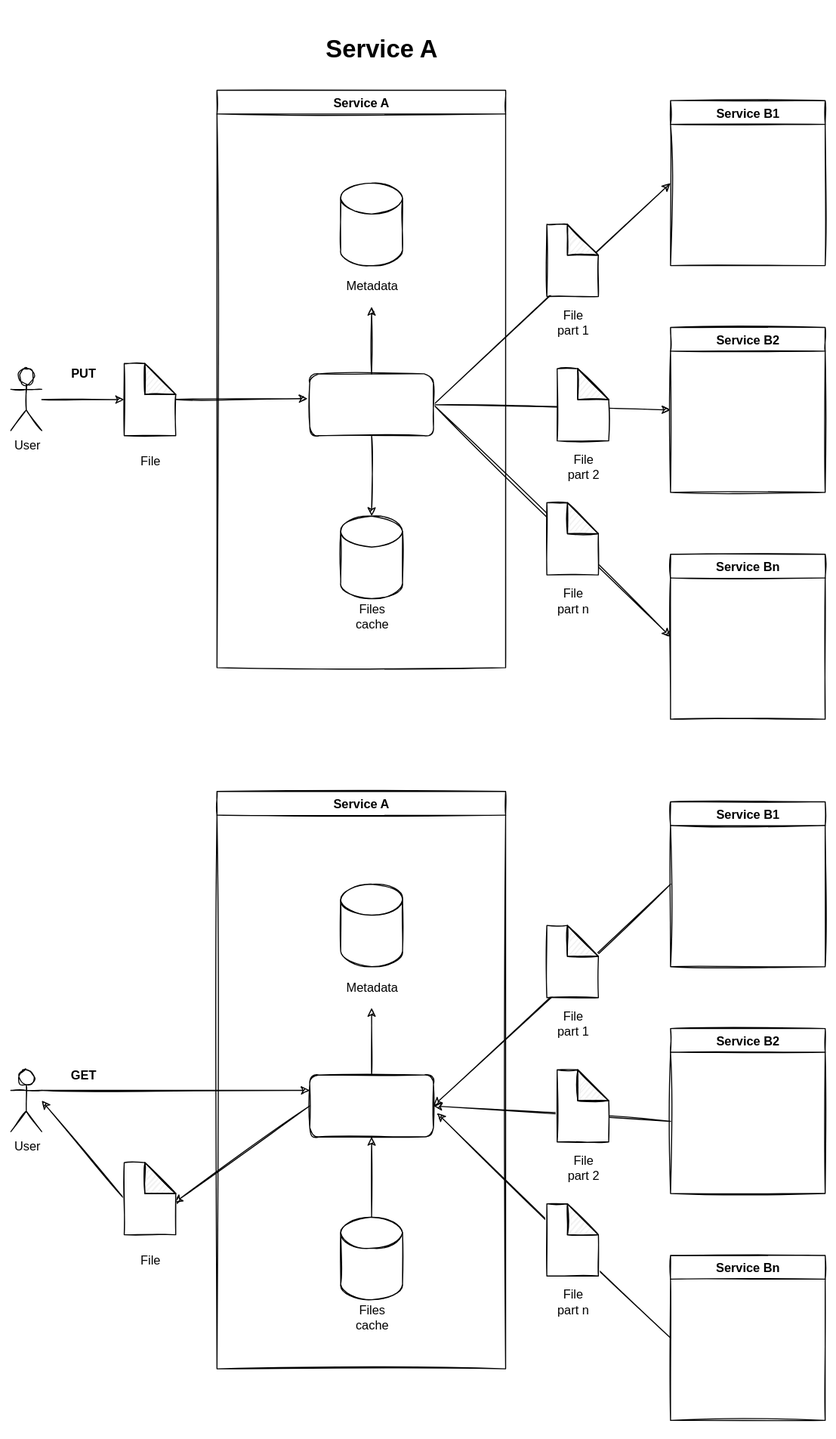
Before: doc/New_Amason_S3_service_A.svg, a diagram exported from draw.io (kyarginski/karma8_exercise). Source tidied: cells renumbered, new cells last; positions are measured from the earlier drawing's top-left corner, leaving out a move shared by most shapes. The source it was exported from:
```xml
<mxGraphModel>
  <root>
    <mxCell id="0" />
    <mxCell id="1" parent="0" />
    <mxCell id="2" style="edgeStyle=none;html=1;" parent="1" edge="1" source="3" target="20">
      <mxGeometry relative="1" as="geometry" />
    </mxCell>
    <mxCell id="3" value="User" style="shape=umlActor;verticalLabelPosition=bottom;verticalAlign=top;html=1;outlineConnect=0;" parent="1" vertex="1">
      <mxGeometry y="330" width="30" height="60" as="geometry" />
    </mxCell>
    <mxCell id="4" style="edgeStyle=none;html=1;entryX=0;entryY=0.5;entryDx=0;entryDy=0;exitX=1;exitY=0.5;exitDx=0;exitDy=0;" parent="1" edge="1" source="9" target="16">
      <mxGeometry relative="1" as="geometry" />
    </mxCell>
    <mxCell id="5" style="edgeStyle=none;html=1;entryX=0;entryY=0.5;entryDx=0;entryDy=0;exitX=1;exitY=0.5;exitDx=0;exitDy=0;" parent="1" edge="1" source="9" target="17">
      <mxGeometry relative="1" as="geometry" />
    </mxCell>
    <mxCell id="6" style="edgeStyle=none;html=1;exitX=1;exitY=0.5;exitDx=0;exitDy=0;" parent="1" edge="1" source="9">
      <mxGeometry relative="1" as="geometry">
        <mxPoint x="640" y="590" as="targetPoint" />
      </mxGeometry>
    </mxCell>
    <mxCell id="7" value="Service A" style="swimlane;" parent="1" vertex="1">
      <mxGeometry x="200" y="60" width="280" height="560" as="geometry" />
    </mxCell>
    <mxCell id="8" style="edgeStyle=none;html=1;" parent="7" edge="1" source="9" target="13">
      <mxGeometry relative="1" as="geometry" />
    </mxCell>
    <mxCell id="9" style="rounded=1;whiteSpace=wrap;html=1;" parent="7" vertex="1">
      <mxGeometry x="90" y="275" width="120" height="60" as="geometry" />
    </mxCell>
    <mxCell id="10" style="group;" parent="7" vertex="1">
      <mxGeometry x="120" y="90" width="60" height="110" as="geometry" />
    </mxCell>
    <mxCell id="11" style="shape=cylinder3;whiteSpace=wrap;html=1;boundedLbl=1;backgroundOutline=1;size=15;" parent="10" vertex="1">
      <mxGeometry width="60" height="80" as="geometry" />
    </mxCell>
    <mxCell id="12" value="Metadata" style="text;html=1;strokeColor=none;fillColor=none;align=center;verticalAlign=middle;whiteSpace=wrap;rounded=0;" parent="10" vertex="1">
      <mxGeometry x="10" y="90" width="40" height="20" as="geometry" />
    </mxCell>
    <mxCell id="13" style="shape=cylinder3;whiteSpace=wrap;html=1;boundedLbl=1;backgroundOutline=1;size=15;" parent="7" vertex="1">
      <mxGeometry x="120" y="413" width="60" height="80" as="geometry" />
    </mxCell>
    <mxCell id="14" value="Files cache" style="text;html=1;strokeColor=none;fillColor=none;align=center;verticalAlign=middle;whiteSpace=wrap;rounded=0;" parent="7" vertex="1">
      <mxGeometry x="130" y="500" width="40" height="20" as="geometry" />
    </mxCell>
    <mxCell id="15" style="edgeStyle=none;html=1;entryX=-0.017;entryY=0.4;entryDx=0;entryDy=0;entryPerimeter=0;" parent="1" edge="1" source="20" target="9">
      <mxGeometry relative="1" as="geometry" />
    </mxCell>
    <mxCell id="16" value="Service B1" style="swimlane;" parent="1" vertex="1">
      <mxGeometry x="640" y="70" width="150" height="160" as="geometry" />
    </mxCell>
    <mxCell id="17" value="Service B2" style="swimlane;" parent="1" vertex="1">
      <mxGeometry x="640" y="290" width="150" height="160" as="geometry" />
    </mxCell>
    <mxCell id="18" value="Service Bn" style="swimlane;" parent="1" vertex="1">
      <mxGeometry x="640" y="510" width="150" height="160" as="geometry" />
    </mxCell>
    <mxCell id="19" style="group;" parent="1" vertex="1">
      <mxGeometry x="110" y="325" width="50" height="105" as="geometry" />
    </mxCell>
    <mxCell id="20" style="shape=note;whiteSpace=wrap;html=1;backgroundOutline=1;darkOpacity=0.05;" parent="19" vertex="1">
      <mxGeometry width="50" height="70" as="geometry" />
    </mxCell>
    <mxCell id="21" value="File" style="text;html=1;strokeColor=none;fillColor=none;align=center;verticalAlign=middle;whiteSpace=wrap;rounded=0;" parent="19" vertex="1">
      <mxGeometry x="5" y="85" width="40" height="20" as="geometry" />
    </mxCell>
    <mxCell id="22" style="group;" parent="1" vertex="1">
      <mxGeometry x="520" y="190" width="50" height="105" as="geometry" />
    </mxCell>
    <mxCell id="23" style="shape=note;whiteSpace=wrap;html=1;backgroundOutline=1;darkOpacity=0.05;" parent="22" vertex="1">
      <mxGeometry width="50" height="70" as="geometry" />
    </mxCell>
    <mxCell id="24" value="File part 1" style="text;html=1;strokeColor=none;fillColor=none;align=center;verticalAlign=middle;whiteSpace=wrap;rounded=0;" parent="22" vertex="1">
      <mxGeometry x="5" y="85" width="40" height="20" as="geometry" />
    </mxCell>
    <mxCell id="25" style="group;" parent="1" vertex="1">
      <mxGeometry x="530" y="330" width="50" height="105" as="geometry" />
    </mxCell>
    <mxCell id="26" style="shape=note;whiteSpace=wrap;html=1;backgroundOutline=1;darkOpacity=0.05;" parent="25" vertex="1">
      <mxGeometry width="50" height="70" as="geometry" />
    </mxCell>
    <mxCell id="27" value="File part 2" style="text;html=1;strokeColor=none;fillColor=none;align=center;verticalAlign=middle;whiteSpace=wrap;rounded=0;" parent="25" vertex="1">
      <mxGeometry x="5" y="85" width="40" height="20" as="geometry" />
    </mxCell>
    <mxCell id="28" style="group;" parent="1" vertex="1">
      <mxGeometry x="520" y="460" width="50" height="105" as="geometry" />
    </mxCell>
    <mxCell id="29" style="shape=note;whiteSpace=wrap;html=1;backgroundOutline=1;darkOpacity=0.05;" parent="28" vertex="1">
      <mxGeometry width="50" height="70" as="geometry" />
    </mxCell>
    <mxCell id="30" value="File part n" style="text;html=1;strokeColor=none;fillColor=none;align=center;verticalAlign=middle;whiteSpace=wrap;rounded=0;" parent="28" vertex="1">
      <mxGeometry x="5" y="85" width="40" height="20" as="geometry" />
    </mxCell>
    <mxCell id="31" value="&lt;h1&gt;Service A&lt;/h1&gt;" style="text;html=1;strokeColor=none;fillColor=none;spacing=5;spacingTop=-20;whiteSpace=wrap;overflow=hidden;rounded=0;" parent="1" vertex="1">
      <mxGeometry x="300" width="120" height="40" as="geometry" />
    </mxCell>
    <mxCell id="32" style="edgeStyle=none;html=1;" parent="1" edge="1" source="9">
      <mxGeometry relative="1" as="geometry">
        <mxPoint x="350" y="270" as="targetPoint" />
      </mxGeometry>
    </mxCell>
    <mxCell id="33" value="PUT" style="text;html=1;strokeColor=none;fillColor=none;align=center;verticalAlign=middle;whiteSpace=wrap;rounded=0;fontStyle=1;" parent="1" vertex="1">
      <mxGeometry x="50" y="325" width="40" height="20" as="geometry" />
    </mxCell>
    <mxCell id="34" style="edgeStyle=none;html=1;exitX=0;exitY=0.5;exitDx=0;exitDy=0;exitPerimeter=0;" parent="1" edge="1" source="52">
      <mxGeometry relative="1" as="geometry">
        <mxPoint x="30" y="1040" as="targetPoint" />
      </mxGeometry>
    </mxCell>
    <mxCell id="35" value="User" style="shape=umlActor;verticalLabelPosition=bottom;verticalAlign=top;html=1;" parent="1" vertex="1">
      <mxGeometry y="1010" width="30" height="60" as="geometry" />
    </mxCell>
    <mxCell id="36" style="edgeStyle=none;html=1;exitX=0;exitY=0.5;exitDx=0;exitDy=0;entryX=1;entryY=0.5;entryDx=0;entryDy=0;" parent="1" edge="1" source="48" target="41">
      <mxGeometry relative="1" as="geometry" />
    </mxCell>
    <mxCell id="37" style="edgeStyle=none;html=1;entryX=1;entryY=0.5;entryDx=0;entryDy=0;" parent="1" edge="1" target="41">
      <mxGeometry relative="1" as="geometry">
        <mxPoint x="640" y="1060" as="sourcePoint" />
      </mxGeometry>
    </mxCell>
    <mxCell id="38" style="edgeStyle=none;html=1;exitX=0;exitY=0.5;exitDx=0;exitDy=0;entryX=1.029;entryY=0.617;entryDx=0;entryDy=0;entryPerimeter=0;" parent="1" edge="1" source="50" target="41">
      <mxGeometry relative="1" as="geometry" />
    </mxCell>
    <mxCell id="39" value="Service A" style="swimlane;" parent="1" vertex="1">
      <mxGeometry x="200" y="740" width="280" height="560" as="geometry" />
    </mxCell>
    <mxCell id="40" style="edgeStyle=none;html=1;exitX=0.5;exitY=0;exitDx=0;exitDy=0;exitPerimeter=0;entryX=0.5;entryY=1;entryDx=0;entryDy=0;" parent="39" edge="1" source="45" target="41">
      <mxGeometry relative="1" as="geometry" />
    </mxCell>
    <mxCell id="41" style="rounded=1;whiteSpace=wrap;html=1;" parent="39" vertex="1">
      <mxGeometry x="90" y="275" width="120" height="60" as="geometry" />
    </mxCell>
    <mxCell id="42" style="group;" parent="39" vertex="1">
      <mxGeometry x="120" y="90" width="60" height="110" as="geometry" />
    </mxCell>
    <mxCell id="43" style="shape=cylinder3;whiteSpace=wrap;html=1;boundedLbl=1;backgroundOutline=1;size=15;" parent="42" vertex="1">
      <mxGeometry width="60" height="80" as="geometry" />
    </mxCell>
    <mxCell id="44" value="Metadata" style="text;html=1;strokeColor=none;fillColor=none;align=center;verticalAlign=middle;whiteSpace=wrap;rounded=0;" parent="42" vertex="1">
      <mxGeometry x="10" y="90" width="40" height="20" as="geometry" />
    </mxCell>
    <mxCell id="45" style="shape=cylinder3;whiteSpace=wrap;html=1;boundedLbl=1;backgroundOutline=1;size=15;" parent="39" vertex="1">
      <mxGeometry x="120" y="413" width="60" height="80" as="geometry" />
    </mxCell>
    <mxCell id="46" value="Files cache" style="text;html=1;strokeColor=none;fillColor=none;align=center;verticalAlign=middle;whiteSpace=wrap;rounded=0;" parent="39" vertex="1">
      <mxGeometry x="130" y="500" width="40" height="20" as="geometry" />
    </mxCell>
    <mxCell id="47" style="edgeStyle=none;html=1;entryX=0.97;entryY=0.557;entryDx=0;entryDy=0;entryPerimeter=0;exitX=0;exitY=0.5;exitDx=0;exitDy=0;" parent="1" edge="1" source="41" target="52">
      <mxGeometry relative="1" as="geometry" />
    </mxCell>
    <mxCell id="48" value="Service B1" style="swimlane;" parent="1" vertex="1">
      <mxGeometry x="640" y="750" width="150" height="160" as="geometry" />
    </mxCell>
    <mxCell id="49" value="Service B2" style="swimlane;" parent="1" vertex="1">
      <mxGeometry x="640" y="970" width="150" height="160" as="geometry" />
    </mxCell>
    <mxCell id="50" value="Service Bn" style="swimlane;" parent="1" vertex="1">
      <mxGeometry x="640" y="1190" width="150" height="160" as="geometry" />
    </mxCell>
    <mxCell id="51" style="group;" parent="1" vertex="1">
      <mxGeometry x="110" y="1100" width="50" height="105" as="geometry" />
    </mxCell>
    <mxCell id="52" style="shape=note;whiteSpace=wrap;html=1;backgroundOutline=1;darkOpacity=0.05;" parent="51" vertex="1">
      <mxGeometry width="50" height="70" as="geometry" />
    </mxCell>
    <mxCell id="53" value="File" style="text;html=1;strokeColor=none;fillColor=none;align=center;verticalAlign=middle;whiteSpace=wrap;rounded=0;" parent="51" vertex="1">
      <mxGeometry x="5" y="85" width="40" height="20" as="geometry" />
    </mxCell>
    <mxCell id="54" style="group;" parent="1" vertex="1">
      <mxGeometry x="520" y="870" width="50" height="105" as="geometry" />
    </mxCell>
    <mxCell id="55" style="shape=note;whiteSpace=wrap;html=1;backgroundOutline=1;darkOpacity=0.05;" parent="54" vertex="1">
      <mxGeometry width="50" height="70" as="geometry" />
    </mxCell>
    <mxCell id="56" value="File part 1" style="text;html=1;strokeColor=none;fillColor=none;align=center;verticalAlign=middle;whiteSpace=wrap;rounded=0;" parent="54" vertex="1">
      <mxGeometry x="5" y="85" width="40" height="20" as="geometry" />
    </mxCell>
    <mxCell id="57" style="group;" parent="1" vertex="1">
      <mxGeometry x="530" y="1010" width="50" height="105" as="geometry" />
    </mxCell>
    <mxCell id="58" style="shape=note;whiteSpace=wrap;html=1;backgroundOutline=1;darkOpacity=0.05;" parent="57" vertex="1">
      <mxGeometry width="50" height="70" as="geometry" />
    </mxCell>
    <mxCell id="59" value="File part 2" style="text;html=1;strokeColor=none;fillColor=none;align=center;verticalAlign=middle;whiteSpace=wrap;rounded=0;" parent="57" vertex="1">
      <mxGeometry x="5" y="85" width="40" height="20" as="geometry" />
    </mxCell>
    <mxCell id="60" style="group;" parent="1" vertex="1">
      <mxGeometry x="520" y="1140" width="50" height="105" as="geometry" />
    </mxCell>
    <mxCell id="61" style="shape=note;whiteSpace=wrap;html=1;backgroundOutline=1;darkOpacity=0.05;" parent="60" vertex="1">
      <mxGeometry width="50" height="70" as="geometry" />
    </mxCell>
    <mxCell id="62" value="File part n" style="text;html=1;strokeColor=none;fillColor=none;align=center;verticalAlign=middle;whiteSpace=wrap;rounded=0;" parent="60" vertex="1">
      <mxGeometry x="5" y="85" width="40" height="20" as="geometry" />
    </mxCell>
    <mxCell id="63" style="edgeStyle=none;html=1;" parent="1" edge="1" source="41">
      <mxGeometry relative="1" as="geometry">
        <mxPoint x="350" y="950" as="targetPoint" />
      </mxGeometry>
    </mxCell>
    <mxCell id="64" value="GET" style="text;html=1;strokeColor=none;fillColor=none;align=center;verticalAlign=middle;whiteSpace=wrap;rounded=0;fontStyle=1;" parent="1" vertex="1">
      <mxGeometry x="50" y="1005" width="40" height="20" as="geometry" />
    </mxCell>
    <mxCell id="65" style="endArrow=classic;html=1;entryX=0;entryY=0.25;entryDx=0;entryDy=0;" parent="1" edge="1" target="41">
      <mxGeometry relative="1" as="geometry">
        <mxPoint x="30" y="1030" as="sourcePoint" />
      </mxGeometry>
    </mxCell>
  </root>
</mxGraphModel>
```
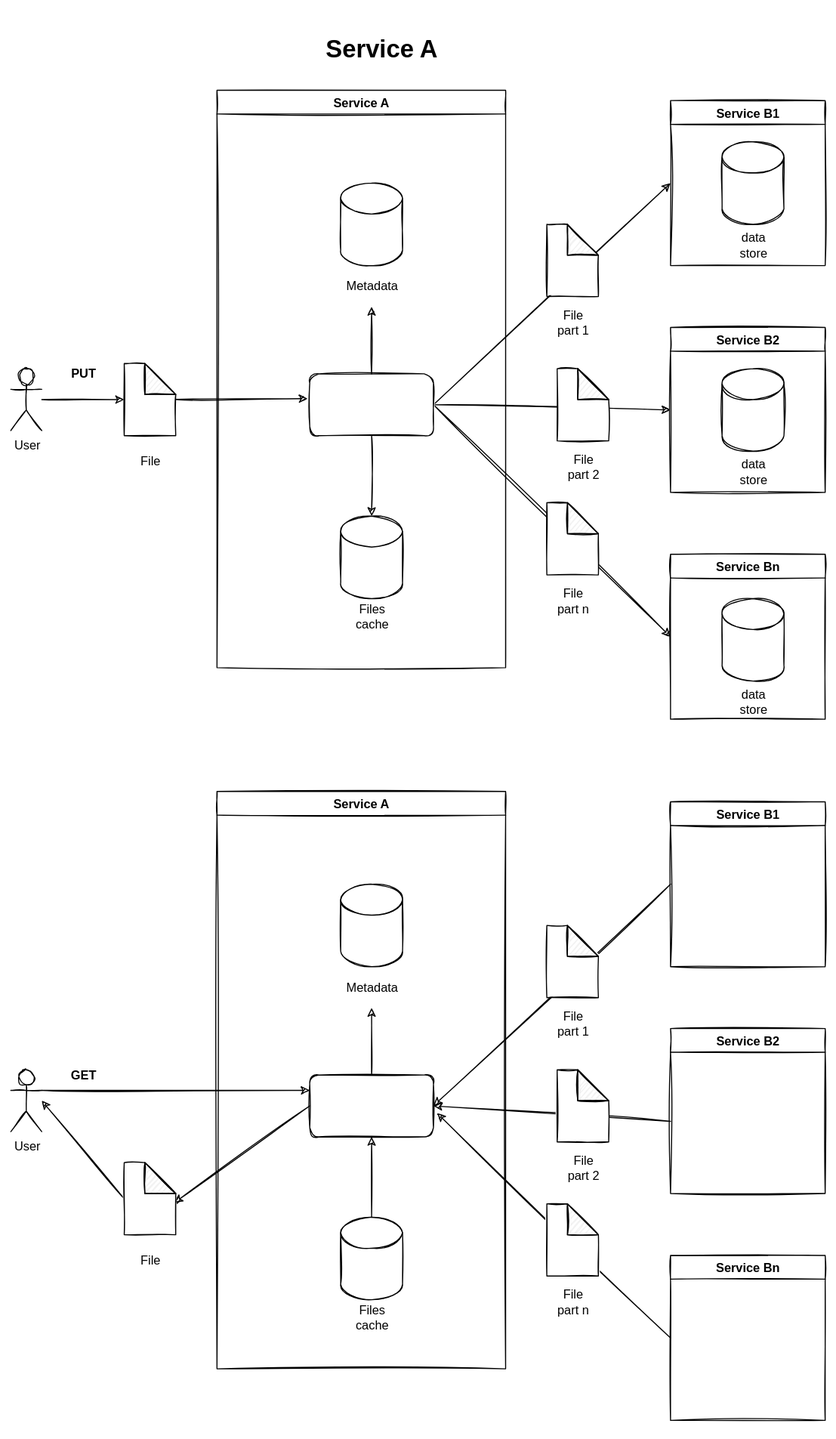
Above is the later version.

Diff of the diagram source:
```diff
@@ -49,12 +49,39 @@
     <mxCell id="16" value="Service B1" style="swimlane;" parent="1" vertex="1">
       <mxGeometry x="640" y="70" width="150" height="160" as="geometry" />
     </mxCell>
+    <mxCell id="66" style="group;" parent="16" vertex="1">
+      <mxGeometry x="50" y="40" width="60" height="110" as="geometry" />
+    </mxCell>
+    <mxCell id="67" style="shape=cylinder3;whiteSpace=wrap;html=1;boundedLbl=1;backgroundOutline=1;size=15;" parent="66" vertex="1">
+      <mxGeometry width="60" height="80" as="geometry" />
+    </mxCell>
+    <mxCell id="68" value="data store" style="text;html=1;strokeColor=none;fillColor=none;align=center;verticalAlign=middle;whiteSpace=wrap;rounded=0;" parent="66" vertex="1">
+      <mxGeometry x="10" y="90" width="40" height="20" as="geometry" />
+    </mxCell>
     <mxCell id="17" value="Service B2" style="swimlane;" parent="1" vertex="1">
       <mxGeometry x="640" y="290" width="150" height="160" as="geometry" />
     </mxCell>
+    <mxCell id="69" style="group;" parent="17" vertex="1">
+      <mxGeometry x="50" y="40" width="60" height="110" as="geometry" />
+    </mxCell>
+    <mxCell id="70" style="shape=cylinder3;whiteSpace=wrap;html=1;boundedLbl=1;backgroundOutline=1;size=15;" parent="69" vertex="1">
+      <mxGeometry width="60" height="80" as="geometry" />
+    </mxCell>
+    <mxCell id="71" value="data store" style="text;html=1;strokeColor=none;fillColor=none;align=center;verticalAlign=middle;whiteSpace=wrap;rounded=0;" parent="69" vertex="1">
+      <mxGeometry x="10" y="90" width="40" height="20" as="geometry" />
+    </mxCell>
     <mxCell id="18" value="Service Bn" style="swimlane;" parent="1" vertex="1">
       <mxGeometry x="640" y="510" width="150" height="160" as="geometry" />
     </mxCell>
+    <mxCell id="72" style="group;" parent="18" vertex="1">
+      <mxGeometry x="50" y="43" width="60" height="110" as="geometry" />
+    </mxCell>
+    <mxCell id="73" style="shape=cylinder3;whiteSpace=wrap;html=1;boundedLbl=1;backgroundOutline=1;size=15;" parent="72" vertex="1">
+      <mxGeometry width="60" height="80" as="geometry" />
+    </mxCell>
+    <mxCell id="74" value="data store" style="text;html=1;strokeColor=none;fillColor=none;align=center;verticalAlign=middle;whiteSpace=wrap;rounded=0;" parent="72" vertex="1">
+      <mxGeometry x="10" y="90" width="40" height="20" as="geometry" />
+    </mxCell>
     <mxCell id="19" style="group;" parent="1" vertex="1">
       <mxGeometry x="110" y="325" width="50" height="105" as="geometry" />
     </mxCell>
```
